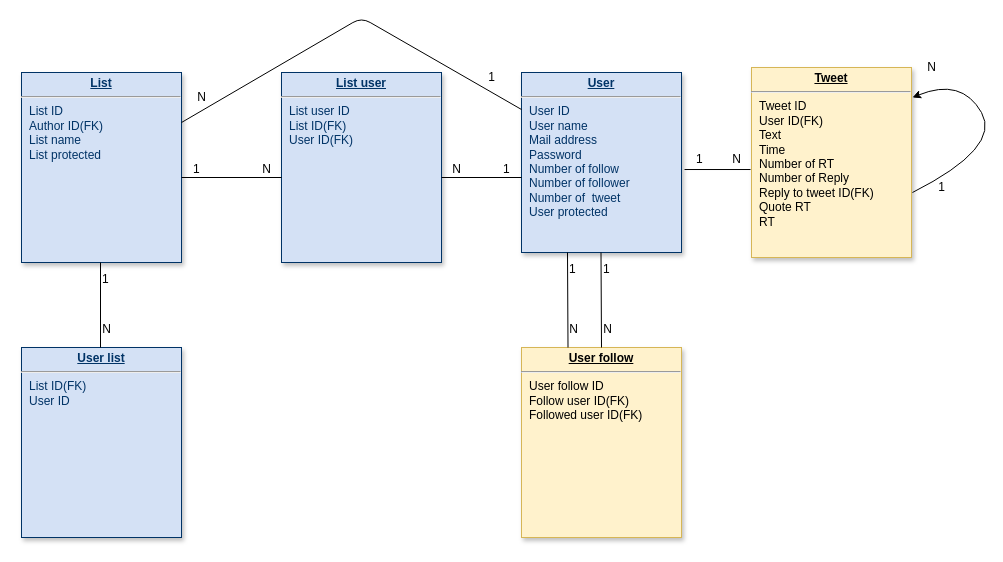
The draw.io diagram Untitled Diagram.drawio in fuwa-syugyo/hello-world, before the edit. Source tidied: cells renumbered, new cells numbered last; positions are measured from the earlier drawing's top-left corner, leaving out a move shared by most shapes. Both pictures are drawn from the tidied source at 100%, with x=0, y=0 at pixel (21, 17).
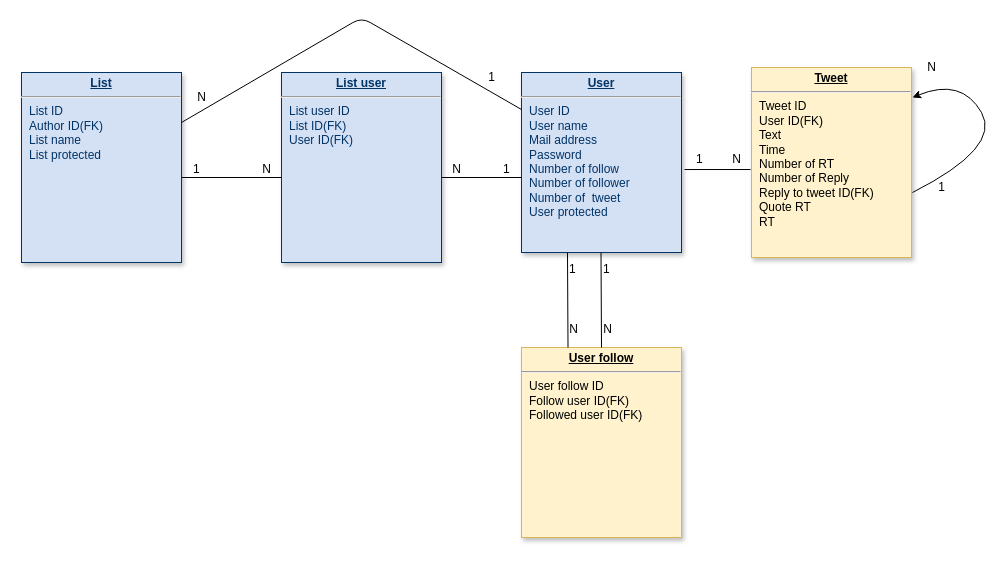
The same diagram, later.

Commit message:
user_list削除

Diff of the diagram source:
```diff
@@
-    <mxCell id="6" value="&lt;p style=&quot;margin: 0px ; margin-top: 4px ; text-align: center ; text-decoration: underline&quot;&gt;&lt;b&gt;User list&lt;/b&gt;&lt;/p&gt;&lt;hr&gt;&lt;p style=&quot;margin: 0px ; margin-left: 8px&quot;&gt;List ID(FK)&lt;/p&gt;&lt;p style=&quot;margin: 0px ; margin-left: 8px&quot;&gt;User ID&lt;/p&gt;" style="verticalAlign=top;align=left;overflow=fill;fontSize=12;fontFamily=Helvetica;html=1;strokeColor=#003366;shadow=1;fillColor=#D4E1F5;fontColor=#003366;" parent="1" vertex="1">
-      <mxGeometry y="330" width="160" height="190" as="geometry" />
-    </mxCell>
@@
-    <mxCell id="14" style="endArrow=none;html=1;rounded=0;exitX=0.5;exitY=1;exitDx=0;exitDy=0;" parent="1" edge="1">
-      <mxGeometry relative="1" as="geometry">
-        <mxPoint x="79" y="245" as="sourcePoint" />
-        <mxPoint x="79" y="330" as="targetPoint" />
-      </mxGeometry>
-    </mxCell>
-    <mxCell id="15" value="1" style="html=1;align=left;verticalAlign=bottom;" parent="14" vertex="1">
-      <mxGeometry x="-1" relative="1" as="geometry">
-        <mxPoint y="25" as="offset" />
-      </mxGeometry>
-    </mxCell>
-    <mxCell id="16" value="N" style="html=1;align=right;verticalAlign=bottom;" parent="14" vertex="1">
-      <mxGeometry x="1" relative="1" as="geometry">
-        <mxPoint x="11" y="-10" as="offset" />
-      </mxGeometry>
-    </mxCell>
```
